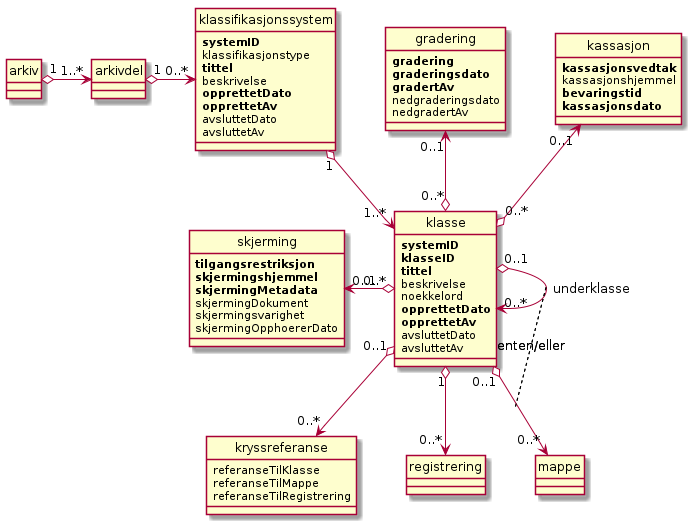
Above: kapitler/media/uml-klassifikasjonssystem-diagram.png in arkivverket/noark5-standard (PlantUML), before the change.
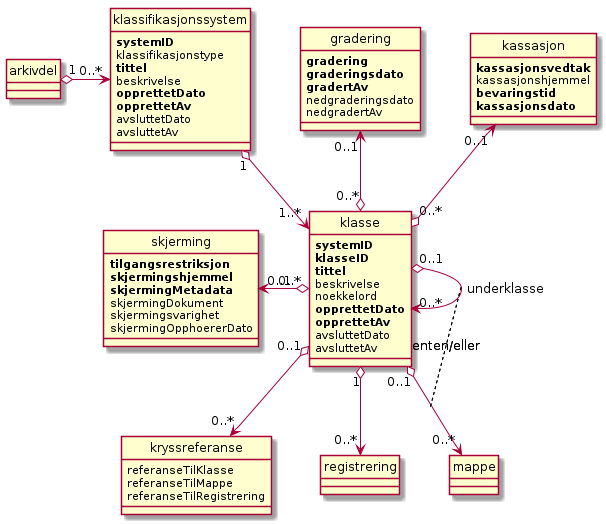
Later version of the same file.

Commit message:
Generated PDF from PlantUML.

Diff of the diagram source:
```diff
@@ -65,7 +65,6 @@
 kassasjon "0..1" <--o "0..*" klasse
 klasse "0..1" o--> "0..*" kryssreferanse
 skjerming "0..1" <-o "0..*" klasse
-arkiv "1" o-> "1..*" arkivdel
 arkivdel "1" o-> "0..*" klassifikasjonssystem
 klassifikasjonssystem "1" o--> "1..*" klasse
 
```
